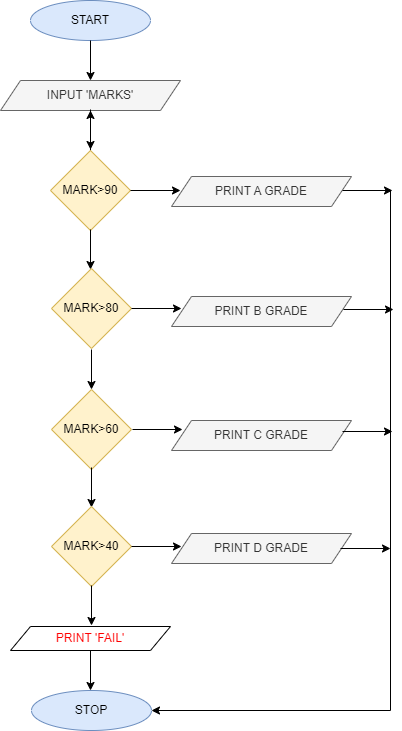
careerinfotech10/algo keeps this draw.io diagram as Flowchart/first.png. Above is the earlier version. Source tidied: cells renumbered, new cells last; positions are measured from the earlier drawing's top-left corner, leaving out a move shared by most shapes.
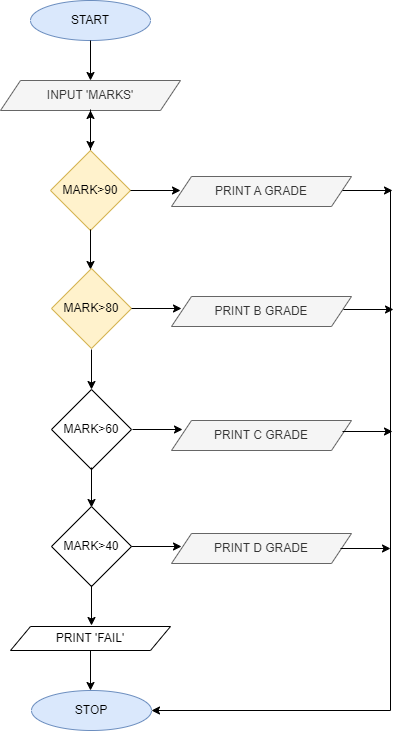
After the change.

Diff of the diagram source:
```diff
@@ -40,7 +40,7 @@
         <mxPoint x="91" y="389" as="targetPoint" />
       </mxGeometry>
     </mxCell>
-    <mxCell id="11" value="MARK&amp;gt;60" style="rhombus;whiteSpace=wrap;html=1;fillColor=#fff2cc;strokeColor=#d6b656;" parent="1" vertex="1">
+    <mxCell id="11" value="MARK&amp;gt;60" style="rhombus;whiteSpace=wrap;html=1;" parent="1" vertex="1">
       <mxGeometry x="51" y="389" width="80" height="80" as="geometry" />
     </mxCell>
     <mxCell id="12" style="endArrow=classic;html=1;rounded=0;" parent="1" edge="1">
@@ -49,7 +49,7 @@
         <mxPoint x="91" y="507" as="targetPoint" />
       </mxGeometry>
     </mxCell>
-    <mxCell id="13" value="MARK&amp;gt;40" style="rhombus;whiteSpace=wrap;html=1;fillColor=#fff2cc;strokeColor=#d6b656;" parent="1" vertex="1">
+    <mxCell id="13" value="MARK&amp;gt;40" style="rhombus;whiteSpace=wrap;html=1;" parent="1" vertex="1">
       <mxGeometry x="51" y="506" width="80" height="80" as="geometry" />
     </mxCell>
     <mxCell id="14" style="endArrow=classic;html=1;rounded=0;" parent="1" edge="1">
@@ -61,7 +61,7 @@
     <mxCell id="15" value="STOP" style="ellipse;whiteSpace=wrap;html=1;fillColor=#dae8fc;strokeColor=#6c8ebf;" parent="1" vertex="1">
       <mxGeometry x="31" y="690" width="120" height="40" as="geometry" />
     </mxCell>
-    <mxCell id="16" value="&lt;font color=&quot;#ff0000&quot;&gt;PRINT 'FAIL'&lt;/font&gt;" style="shape=parallelogram;perimeter=parallelogramPerimeter;whiteSpace=wrap;html=1;fixedSize=1;" parent="1" vertex="1">
+    <mxCell id="16" value="PRINT 'FAIL'" style="shape=parallelogram;perimeter=parallelogramPerimeter;whiteSpace=wrap;html=1;fixedSize=1;" parent="1" vertex="1">
       <mxGeometry x="10" y="626" width="160" height="24" as="geometry" />
     </mxCell>
     <mxCell id="17" style="endArrow=classic;html=1;rounded=0;" parent="1" edge="1">
```
